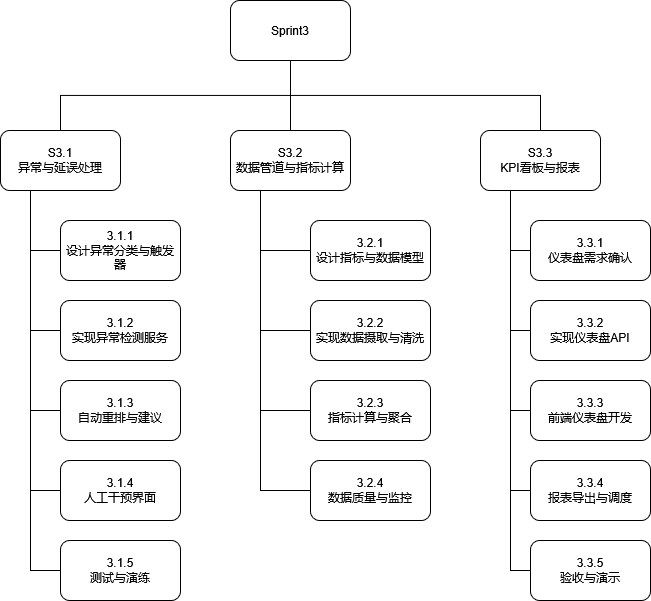
QMCCC010/git.demo keeps this draw.io diagram as 项目管理WBS.png. Above is the earlier version. Source tidied: cells renumbered, new cells last; positions are measured from the earlier drawing's top-left corner, leaving out a move shared by most shapes.
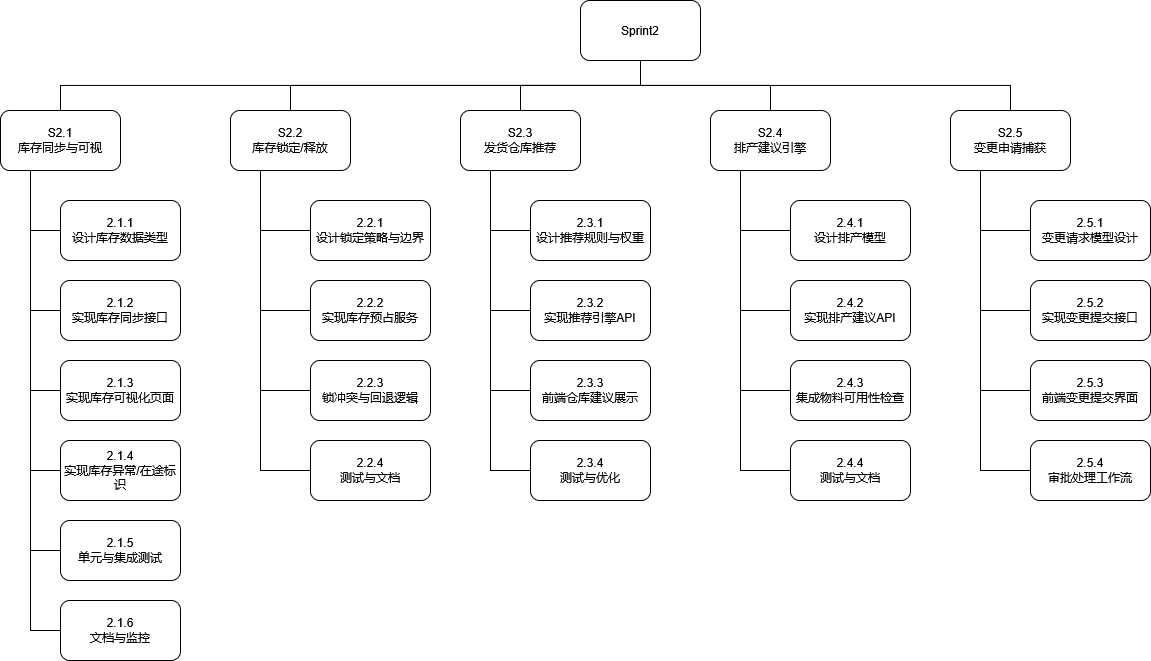
Later version of the same file.

The edit, as a diff of the source:
```diff
@@ -8,11 +8,17 @@
     <mxCell id="3" style="edgeStyle=orthogonalEdgeStyle;rounded=0;jettySize=auto;html=1;exitX=0.5;exitY=1;exitDx=0;exitDy=0;endArrow=none;endFill=0;" parent="1" edge="1" source="5" target="22">
       <mxGeometry relative="1" as="geometry" />
     </mxCell>
+    <mxCell id="38" style="edgeStyle=orthogonalEdgeStyle;rounded=0;jettySize=auto;html=1;exitX=0.5;exitY=1;exitDx=0;exitDy=0;entryX=0.5;entryY=0;entryDx=0;entryDy=0;endArrow=none;endFill=0;" parent="1" edge="1" source="5" target="45">
+      <mxGeometry relative="1" as="geometry" />
+    </mxCell>
     <mxCell id="4" style="edgeStyle=orthogonalEdgeStyle;rounded=0;jettySize=auto;html=1;exitX=0.5;exitY=1;exitDx=0;exitDy=0;endArrow=none;endFill=0;" parent="1" edge="1" source="5" target="17">
       <mxGeometry relative="1" as="geometry" />
     </mxCell>
+    <mxCell id="39" style="edgeStyle=orthogonalEdgeStyle;rounded=0;jettySize=auto;html=1;exitX=0.5;exitY=1;exitDx=0;exitDy=0;entryX=0.5;entryY=0;entryDx=0;entryDy=0;endArrow=none;endFill=0;" parent="1" edge="1" source="5" target="50">
+      <mxGeometry relative="1" as="geometry" />
+    </mxCell>
-    <mxCell id="5" value="Sprint3" style="rounded=1;whiteSpace=wrap;html=1;" parent="1" vertex="1">
-      <mxGeometry x="230" width="120" height="60" as="geometry" />
+    <mxCell id="5" value="Sprint2" style="rounded=1;whiteSpace=wrap;html=1;" parent="1" vertex="1">
+      <mxGeometry x="580" y="20" width="120" height="60" as="geometry" />
     </mxCell>
     <mxCell id="6" style="edgeStyle=orthogonalEdgeStyle;rounded=0;jettySize=auto;html=1;exitX=0.25;exitY=1;exitDx=0;exitDy=0;" parent="1" edge="1" source="12">
       <mxGeometry relative="1" as="geometry">
@@ -34,7 +40,10 @@
     <mxCell id="11" style="edgeStyle=orthogonalEdgeStyle;rounded=0;jettySize=auto;html=1;exitX=0.25;exitY=1;exitDx=0;exitDy=0;entryX=0;entryY=0.5;entryDx=0;entryDy=0;endArrow=none;endFill=0;" parent="1" edge="1" source="12" target="27">
       <mxGeometry relative="1" as="geometry" />
     </mxCell>
+    <mxCell id="40" style="edgeStyle=orthogonalEdgeStyle;rounded=0;jettySize=auto;html=1;exitX=0.25;exitY=1;exitDx=0;exitDy=0;entryX=0;entryY=0.5;entryDx=0;entryDy=0;endArrow=none;endFill=0;" parent="1" edge="1" source="12" target="51">
+      <mxGeometry relative="1" as="geometry" />
+    </mxCell>
-    <mxCell id="12" value="&lt;div&gt;S3.1&lt;/div&gt;&lt;div&gt;异常与延误处理&lt;/div&gt;" style="rounded=1;whiteSpace=wrap;html=1;" parent="1" vertex="1">
+    <mxCell id="12" value="&lt;div&gt;S2.1&lt;/div&gt;&lt;div&gt;库存同步与可视&lt;/div&gt;" style="rounded=1;whiteSpace=wrap;html=1;" parent="1" vertex="1">
       <mxGeometry y="130" width="120" height="60" as="geometry" />
     </mxCell>
     <mxCell id="13" style="edgeStyle=orthogonalEdgeStyle;rounded=0;jettySize=auto;html=1;exitX=0.25;exitY=1;exitDx=0;exitDy=0;entryX=0;entryY=0.5;entryDx=0;entryDy=0;endArrow=none;endFill=0;" parent="1" edge="1" source="17" target="28">
@@ -49,7 +58,7 @@
     <mxCell id="16" style="edgeStyle=orthogonalEdgeStyle;rounded=0;jettySize=auto;html=1;exitX=0.25;exitY=1;exitDx=0;exitDy=0;entryX=0;entryY=0.5;entryDx=0;entryDy=0;endArrow=none;endFill=0;" parent="1" edge="1" source="17" target="31">
       <mxGeometry relative="1" as="geometry" />
     </mxCell>
-    <mxCell id="17" value="&lt;div&gt;S3.2&lt;/div&gt;&lt;div&gt;数据管道与指标计算&lt;/div&gt;" style="rounded=1;whiteSpace=wrap;html=1;" parent="1" vertex="1">
+    <mxCell id="17" value="&lt;div&gt;S2.2&lt;/div&gt;&lt;div&gt;库存锁定/释放&lt;/div&gt;" style="rounded=1;whiteSpace=wrap;html=1;" parent="1" vertex="1">
       <mxGeometry x="230" y="130" width="120" height="60" as="geometry" />
     </mxCell>
     <mxCell id="18" style="edgeStyle=orthogonalEdgeStyle;rounded=0;jettySize=auto;html=1;exitX=0.25;exitY=1;exitDx=0;exitDy=0;entryX=0;entryY=0.5;entryDx=0;entryDy=0;endArrow=none;endFill=0;" parent="1" edge="1" source="22" target="32">
@@ -64,55 +73,104 @@
     <mxCell id="21" style="edgeStyle=orthogonalEdgeStyle;rounded=0;jettySize=auto;html=1;exitX=0.25;exitY=1;exitDx=0;exitDy=0;entryX=0;entryY=0.5;entryDx=0;entryDy=0;endArrow=none;endFill=0;" parent="1" edge="1" source="22" target="35">
       <mxGeometry relative="1" as="geometry" />
     </mxCell>
-    <mxCell id="22" value="&lt;div&gt;S3.3&lt;/div&gt;&lt;div&gt;KPI看板与报表&lt;/div&gt;" style="rounded=1;whiteSpace=wrap;html=1;" parent="1" vertex="1">
-      <mxGeometry x="480" y="130" width="120" height="60" as="geometry" />
+    <mxCell id="22" value="&lt;div&gt;S2.3&lt;/div&gt;&lt;div&gt;发货仓库推荐&lt;/div&gt;" style="rounded=1;whiteSpace=wrap;html=1;" parent="1" vertex="1">
+      <mxGeometry x="460" y="130" width="120" height="60" as="geometry" />
     </mxCell>
+    <mxCell id="41" style="edgeStyle=orthogonalEdgeStyle;rounded=0;jettySize=auto;html=1;exitX=0.25;exitY=1;exitDx=0;exitDy=0;entryX=0;entryY=0.5;entryDx=0;entryDy=0;endArrow=none;endFill=0;" parent="1" edge="1" source="45" target="52">
+      <mxGeometry relative="1" as="geometry" />
+    </mxCell>
+    <mxCell id="42" style="edgeStyle=orthogonalEdgeStyle;rounded=0;jettySize=auto;html=1;exitX=0.25;exitY=1;exitDx=0;exitDy=0;entryX=0;entryY=0.5;entryDx=0;entryDy=0;endArrow=none;endFill=0;" parent="1" edge="1" source="45" target="53">
+      <mxGeometry relative="1" as="geometry" />
+    </mxCell>
+    <mxCell id="43" style="edgeStyle=orthogonalEdgeStyle;rounded=0;jettySize=auto;html=1;exitX=0.25;exitY=1;exitDx=0;exitDy=0;entryX=0;entryY=0.5;entryDx=0;entryDy=0;endArrow=none;endFill=0;" parent="1" edge="1" source="45" target="54">
+      <mxGeometry relative="1" as="geometry" />
+    </mxCell>
+    <mxCell id="44" style="edgeStyle=orthogonalEdgeStyle;rounded=0;jettySize=auto;html=1;exitX=0.25;exitY=1;exitDx=0;exitDy=0;entryX=0;entryY=0.5;entryDx=0;entryDy=0;endArrow=none;endFill=0;" parent="1" edge="1" source="45" target="55">
+      <mxGeometry relative="1" as="geometry" />
+    </mxCell>
+    <mxCell id="45" value="&lt;div&gt;S2.4&lt;/div&gt;&lt;div&gt;排产建议引擎&lt;/div&gt;" style="rounded=1;whiteSpace=wrap;html=1;" parent="1" vertex="1">
+      <mxGeometry x="710" y="130" width="120" height="60" as="geometry" />
+    </mxCell>
+    <mxCell id="46" style="edgeStyle=orthogonalEdgeStyle;rounded=0;jettySize=auto;html=1;exitX=0.25;exitY=1;exitDx=0;exitDy=0;entryX=0;entryY=0.5;entryDx=0;entryDy=0;endArrow=none;endFill=0;" parent="1" edge="1" source="50" target="56">
+      <mxGeometry relative="1" as="geometry" />
+    </mxCell>
+    <mxCell id="47" style="edgeStyle=orthogonalEdgeStyle;rounded=0;jettySize=auto;html=1;exitX=0.25;exitY=1;exitDx=0;exitDy=0;entryX=0;entryY=0.5;entryDx=0;entryDy=0;endArrow=none;endFill=0;" parent="1" edge="1" source="50" target="57">
+      <mxGeometry relative="1" as="geometry" />
+    </mxCell>
+    <mxCell id="48" style="edgeStyle=orthogonalEdgeStyle;rounded=0;jettySize=auto;html=1;exitX=0.25;exitY=1;exitDx=0;exitDy=0;entryX=0;entryY=0.5;entryDx=0;entryDy=0;endArrow=none;endFill=0;" parent="1" edge="1" source="50" target="58">
+      <mxGeometry relative="1" as="geometry" />
+    </mxCell>
+    <mxCell id="49" style="edgeStyle=orthogonalEdgeStyle;rounded=0;jettySize=auto;html=1;exitX=0.25;exitY=1;exitDx=0;exitDy=0;entryX=0;entryY=0.5;entryDx=0;entryDy=0;endArrow=none;endFill=0;" parent="1" edge="1" source="50" target="59">
+      <mxGeometry relative="1" as="geometry" />
+    </mxCell>
+    <mxCell id="50" value="&lt;div&gt;S2.5&lt;/div&gt;&lt;div&gt;变更申请捕获&lt;/div&gt;" style="rounded=1;whiteSpace=wrap;html=1;" parent="1" vertex="1">
+      <mxGeometry x="950" y="130" width="120" height="60" as="geometry" />
+    </mxCell>
-    <mxCell id="23" value="&lt;div&gt;3.1.1&lt;/div&gt;&lt;div&gt;设计异常分类与触发器&lt;/div&gt;" style="rounded=1;whiteSpace=wrap;html=1;" parent="1" vertex="1">
+    <mxCell id="23" value="&lt;div&gt;2.1.1&lt;/div&gt;&lt;div&gt;设计库存数据类型&lt;/div&gt;" style="rounded=1;whiteSpace=wrap;html=1;" parent="1" vertex="1">
       <mxGeometry x="60" y="220" width="120" height="60" as="geometry" />
     </mxCell>
-    <mxCell id="24" value="&lt;div&gt;3.1.2&lt;/div&gt;&lt;div&gt;实现异常检测服务&lt;/div&gt;" style="rounded=1;whiteSpace=wrap;html=1;" parent="1" vertex="1">
+    <mxCell id="24" value="&lt;div&gt;2.1.2&lt;/div&gt;&lt;div&gt;实现库存同步接口&lt;/div&gt;" style="rounded=1;whiteSpace=wrap;html=1;" parent="1" vertex="1">
       <mxGeometry x="60" y="300" width="120" height="60" as="geometry" />
     </mxCell>
-    <mxCell id="25" value="&lt;div&gt;3.1.3&lt;/div&gt;&lt;div&gt;自动重排与建议&lt;/div&gt;" style="rounded=1;whiteSpace=wrap;html=1;" parent="1" vertex="1">
+    <mxCell id="25" value="&lt;div&gt;2.1.3&lt;/div&gt;&lt;div&gt;实现库存可视化页面&lt;/div&gt;" style="rounded=1;whiteSpace=wrap;html=1;" parent="1" vertex="1">
       <mxGeometry x="60" y="380" width="120" height="60" as="geometry" />
     </mxCell>
-    <mxCell id="26" value="&lt;div&gt;3.1.4&lt;/div&gt;&lt;div&gt;人工干预界面&lt;/div&gt;" style="rounded=1;whiteSpace=wrap;html=1;" parent="1" vertex="1">
+    <mxCell id="26" value="&lt;div&gt;2.1.4&lt;/div&gt;&lt;div&gt;实现库存异常/在途标识&lt;/div&gt;" style="rounded=1;whiteSpace=wrap;html=1;" parent="1" vertex="1">
       <mxGeometry x="60" y="460" width="120" height="60" as="geometry" />
     </mxCell>
-    <mxCell id="27" value="&lt;div&gt;3.1.5&lt;/div&gt;&lt;div&gt;测试与演练&lt;/div&gt;" style="rounded=1;whiteSpace=wrap;html=1;" parent="1" vertex="1">
+    <mxCell id="27" value="&lt;div&gt;2.1.5&lt;/div&gt;单元与集成测试" style="rounded=1;whiteSpace=wrap;html=1;" parent="1" vertex="1">
       <mxGeometry x="60" y="540" width="120" height="60" as="geometry" />
     </mxCell>
+    <mxCell id="51" value="&lt;div&gt;2.1.6&lt;/div&gt;&lt;div&gt;文档与监控&lt;/div&gt;" style="rounded=1;whiteSpace=wrap;html=1;" parent="1" vertex="1">
+      <mxGeometry x="60" y="620" width="120" height="60" as="geometry" />
+    </mxCell>
-    <mxCell id="28" value="&lt;div&gt;3.2.1&lt;/div&gt;&lt;div&gt;设计指标与数据模型&lt;/div&gt;" style="rounded=1;whiteSpace=wrap;html=1;" parent="1" vertex="1">
+    <mxCell id="28" value="&lt;div&gt;2.2.1&lt;/div&gt;&lt;div&gt;设计锁定策略与边界&lt;/div&gt;" style="rounded=1;whiteSpace=wrap;html=1;" parent="1" vertex="1">
       <mxGeometry x="310" y="220" width="120" height="60" as="geometry" />
     </mxCell>
-    <mxCell id="29" value="&lt;div&gt;3.2.2&lt;/div&gt;&lt;div&gt;实现数据摄取与清洗&lt;/div&gt;" style="rounded=1;whiteSpace=wrap;html=1;" parent="1" vertex="1">
+    <mxCell id="29" value="&lt;div&gt;2.2.2&lt;/div&gt;&lt;div&gt;实现库存预占服务&lt;/div&gt;" style="rounded=1;whiteSpace=wrap;html=1;" parent="1" vertex="1">
       <mxGeometry x="310" y="300" width="120" height="60" as="geometry" />
     </mxCell>
-    <mxCell id="30" value="&lt;div&gt;3.2.3&lt;/div&gt;&lt;div&gt;指标计算与聚合&lt;/div&gt;" style="rounded=1;whiteSpace=wrap;html=1;" parent="1" vertex="1">
+    <mxCell id="30" value="&lt;div&gt;2.2.3&lt;/div&gt;&lt;div&gt;锁冲突与回退逻辑&lt;/div&gt;" style="rounded=1;whiteSpace=wrap;html=1;" parent="1" vertex="1">
       <mxGeometry x="310" y="380" width="120" height="60" as="geometry" />
     </mxCell>
-    <mxCell id="31" value="&lt;div&gt;3.2.4&lt;/div&gt;&lt;div&gt;数据质量与监控&lt;/div&gt;" style="rounded=1;whiteSpace=wrap;html=1;" parent="1" vertex="1">
+    <mxCell id="31" value="&lt;div&gt;2.2.4&lt;/div&gt;&lt;div&gt;测试与文档&lt;/div&gt;" style="rounded=1;whiteSpace=wrap;html=1;" parent="1" vertex="1">
       <mxGeometry x="310" y="460" width="120" height="60" as="geometry" />
     </mxCell>
-    <mxCell id="32" value="&lt;div&gt;3.3.1&lt;/div&gt;&lt;div&gt;仪表盘需求确认&lt;/div&gt;" style="rounded=1;whiteSpace=wrap;html=1;" parent="1" vertex="1">
+    <mxCell id="32" value="&lt;div&gt;2.3.1&lt;/div&gt;&lt;div&gt;设计推荐规则与权重&lt;/div&gt;" style="rounded=1;whiteSpace=wrap;html=1;" parent="1" vertex="1">
       <mxGeometry x="530" y="220" width="120" height="60" as="geometry" />
     </mxCell>
-    <mxCell id="33" value="&lt;div&gt;3.3.2&lt;/div&gt;&lt;div&gt;实现仪表盘API&lt;/div&gt;" style="rounded=1;whiteSpace=wrap;html=1;" parent="1" vertex="1">
+    <mxCell id="33" value="&lt;div&gt;2.3.2&lt;/div&gt;&lt;div&gt;实现推荐引擎API&lt;/div&gt;" style="rounded=1;whiteSpace=wrap;html=1;" parent="1" vertex="1">
       <mxGeometry x="530" y="300" width="120" height="60" as="geometry" />
     </mxCell>
-    <mxCell id="34" value="&lt;div&gt;3.3.3&lt;/div&gt;&lt;div&gt;前端仪表盘开发&lt;/div&gt;" style="rounded=1;whiteSpace=wrap;html=1;" parent="1" vertex="1">
+    <mxCell id="34" value="&lt;div&gt;2.3.3&lt;/div&gt;&lt;div&gt;前端仓库建议展示&lt;/div&gt;" style="rounded=1;whiteSpace=wrap;html=1;" parent="1" vertex="1">
       <mxGeometry x="530" y="380" width="120" height="60" as="geometry" />
     </mxCell>
-    <mxCell id="35" value="&lt;div&gt;3.3.4&lt;/div&gt;&lt;div&gt;报表导出与调度&lt;/div&gt;" style="rounded=1;whiteSpace=wrap;html=1;" parent="1" vertex="1">
+    <mxCell id="35" value="&lt;div&gt;2.3.4&lt;/div&gt;&lt;div&gt;测试与优化&lt;/div&gt;" style="rounded=1;whiteSpace=wrap;html=1;" parent="1" vertex="1">
       <mxGeometry x="530" y="460" width="120" height="60" as="geometry" />
     </mxCell>
-    <mxCell id="36" style="edgeStyle=orthogonalEdgeStyle;rounded=0;jettySize=auto;html=1;exitX=0;exitY=0.5;exitDx=0;exitDy=0;endArrow=none;endFill=0;" parent="1" edge="1" source="37">
-      <mxGeometry relative="1" as="geometry">
-        <mxPoint x="510" y="490" as="targetPoint" />
-      </mxGeometry>
-    </mxCell>
-    <mxCell id="37" value="&lt;div&gt;3.3.5&lt;/div&gt;&lt;div&gt;验收与演示&lt;/div&gt;" style="rounded=1;whiteSpace=wrap;html=1;" parent="1" vertex="1">
-      <mxGeometry x="530" y="540" width="120" height="60" as="geometry" />
-    </mxCell>
+    <mxCell id="52" value="&lt;div&gt;2.4.1&lt;/div&gt;&lt;div&gt;设计排产模型&lt;/div&gt;" style="rounded=1;whiteSpace=wrap;html=1;" parent="1" vertex="1">
+      <mxGeometry x="790" y="220" width="120" height="60" as="geometry" />
+    </mxCell>
+    <mxCell id="53" value="&lt;div&gt;2.4.2&lt;/div&gt;&lt;div&gt;实现排产建议API&lt;/div&gt;" style="rounded=1;whiteSpace=wrap;html=1;" parent="1" vertex="1">
+      <mxGeometry x="790" y="300" width="120" height="60" as="geometry" />
+    </mxCell>
+    <mxCell id="54" value="&lt;div&gt;2.4.3&lt;/div&gt;&lt;div&gt;集成物料可用性检查&lt;/div&gt;" style="rounded=1;whiteSpace=wrap;html=1;" parent="1" vertex="1">
+      <mxGeometry x="790" y="380" width="120" height="60" as="geometry" />
+    </mxCell>
+    <mxCell id="55" value="&lt;div&gt;2.4.4&lt;/div&gt;&lt;div&gt;测试与文档&lt;/div&gt;" style="rounded=1;whiteSpace=wrap;html=1;" parent="1" vertex="1">
+      <mxGeometry x="790" y="460" width="120" height="60" as="geometry" />
+    </mxCell>
+    <mxCell id="56" value="&lt;div&gt;2.5.1&lt;/div&gt;&lt;div&gt;变更请求模型设计&lt;/div&gt;" style="rounded=1;whiteSpace=wrap;html=1;" parent="1" vertex="1">
+      <mxGeometry x="1030" y="220" width="120" height="60" as="geometry" />
+    </mxCell>
+    <mxCell id="57" value="&lt;div&gt;2.5.2&lt;/div&gt;&lt;div&gt;实现变更提交接口&lt;/div&gt;" style="rounded=1;whiteSpace=wrap;html=1;" parent="1" vertex="1">
+      <mxGeometry x="1030" y="300" width="120" height="60" as="geometry" />
+    </mxCell>
+    <mxCell id="58" value="&lt;div&gt;2.5.3&lt;/div&gt;&lt;div&gt;前端变更提交界面&lt;/div&gt;" style="rounded=1;whiteSpace=wrap;html=1;" parent="1" vertex="1">
+      <mxGeometry x="1030" y="380" width="120" height="60" as="geometry" />
+    </mxCell>
+    <mxCell id="59" value="&lt;div&gt;2.5.4&lt;/div&gt;&lt;div&gt;审批处理工作流&lt;/div&gt;" style="rounded=1;whiteSpace=wrap;html=1;" parent="1" vertex="1">
+      <mxGeometry x="1030" y="460" width="120" height="60" as="geometry" />
+    </mxCell>
   </root>
 </mxGraphModel>
```
